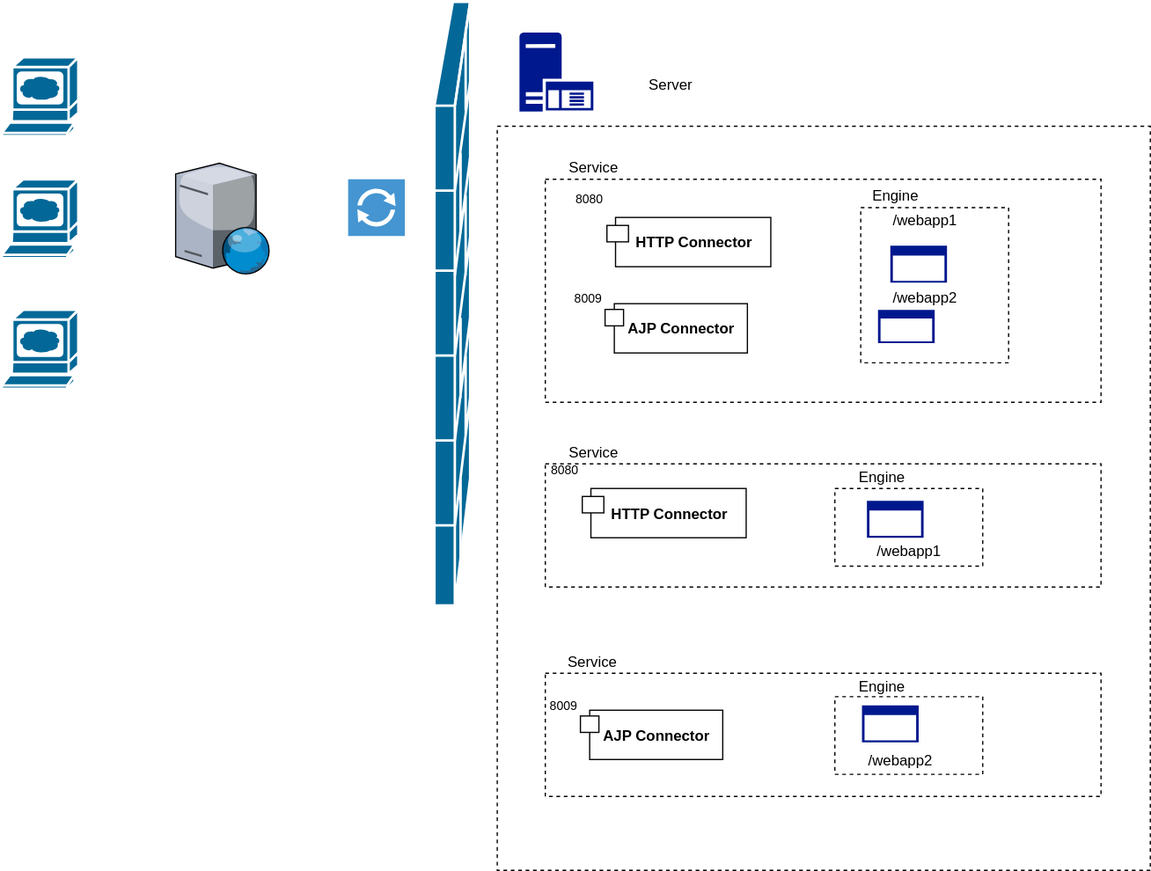
Above: tomcat connectors.svg in krisrad/graphics-tomcat (draw.io), before the change. Source tidied: cells renumbered, new cells last; positions are measured from the earlier drawing's top-left corner, leaving out a move shared by most shapes.
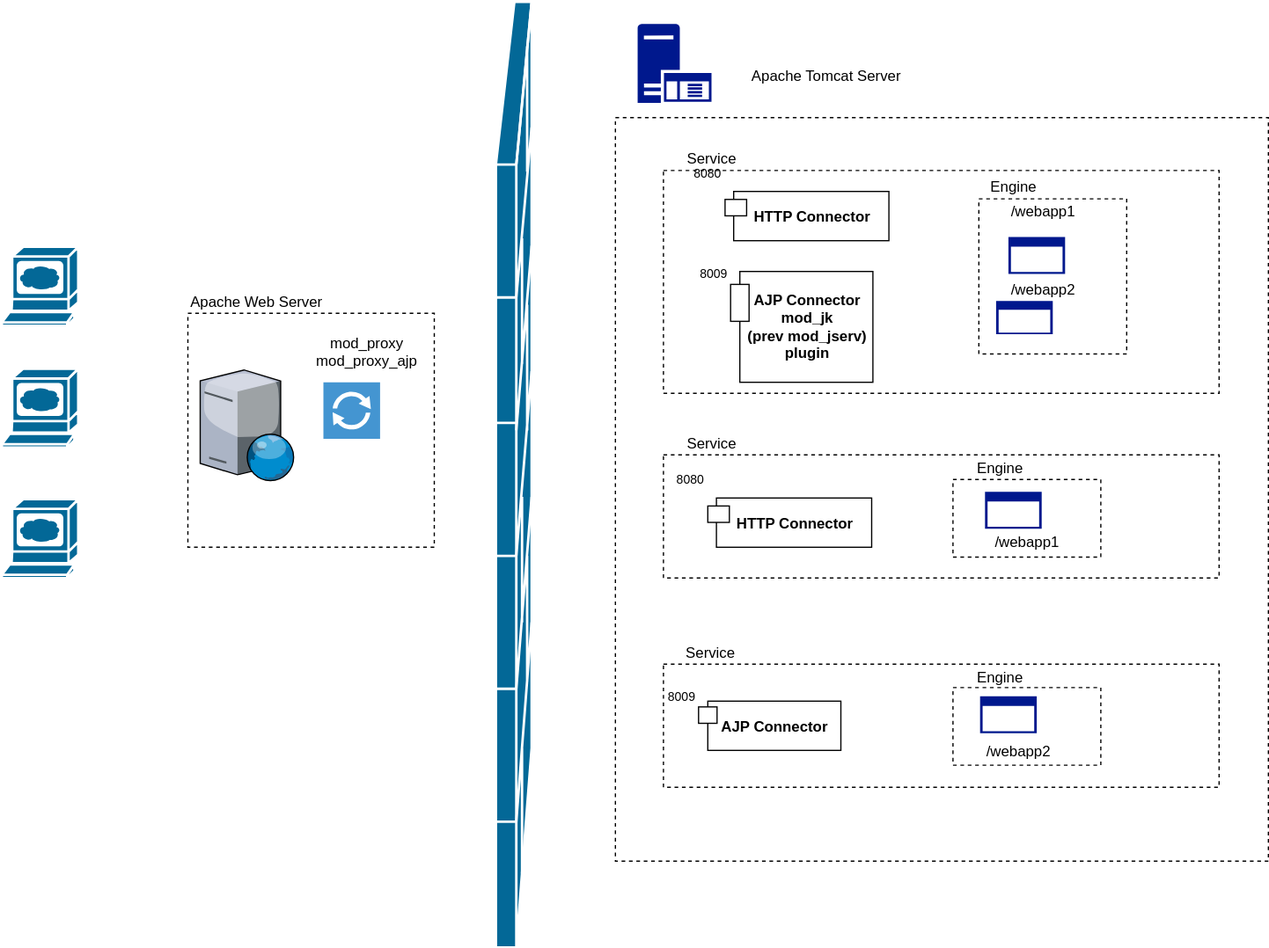
After the change.

Change to the diagram source:
```diff
@@ -18,40 +18,40 @@
       <mxGeometry x="697" y="167" width="120" height="126" as="geometry" />
     </mxCell>
     <mxCell id="7" style="verticalLabelPosition=bottom;html=1;verticalAlign=top;strokeColor=none;shape=mxgraph.citrix.web_server;" parent="1" vertex="1">
-      <mxGeometry x="141" y="131" width="76.5" height="90" as="geometry" />
+      <mxGeometry x="65" y="306" width="76.5" height="90" as="geometry" />
     </mxCell>
     <mxCell id="8" style="shadow=0;dashed=0;html=1;strokeColor=none;shape=mxgraph.mscae.enterprise.application_server;fillColor=#00188D;" parent="1" vertex="1">
       <mxGeometry x="420" y="25" width="60" height="64" as="geometry" />
     </mxCell>
     <mxCell id="9" style="shadow=0;dashed=0;html=1;strokeColor=none;fillColor=#4495D1;labelPosition=center;verticalLabelPosition=bottom;verticalAlign=top;shape=mxgraph.veeam.2d.proxy;" parent="1" vertex="1">
-      <mxGeometry x="281" y="144" width="46" height="46" as="geometry" />
+      <mxGeometry x="165" y="316" width="46" height="46" as="geometry" />
     </mxCell>
     <mxCell id="10" style="shape=mxgraph.cisco.security.firewall;html=1;dashed=0;fillColor=#036897;strokeColor=#ffffff;strokeWidth=2;verticalLabelPosition=bottom;verticalAlign=top;" parent="1" vertex="1">
-      <mxGeometry x="351" width="29" height="490" as="geometry" />
+      <mxGeometry x="305" y="7" width="29" height="768" as="geometry" />
     </mxCell>
     <mxCell id="11" style="shape=mxgraph.cisco.computers_and_peripherals.web_browser;html=1;dashed=0;fillColor=#036897;strokeColor=#ffffff;strokeWidth=2;verticalLabelPosition=bottom;verticalAlign=top;" parent="1" vertex="1">
-      <mxGeometry y="45" width="62" height="64" as="geometry" />
+      <mxGeometry x="-96" y="206" width="62" height="64" as="geometry" />
     </mxCell>
     <mxCell id="12" style="shape=mxgraph.cisco.computers_and_peripherals.web_browser;html=1;dashed=0;fillColor=#036897;strokeColor=#ffffff;strokeWidth=2;verticalLabelPosition=bottom;verticalAlign=top;" parent="1" vertex="1">
-      <mxGeometry y="144" width="62" height="64" as="geometry" />
+      <mxGeometry x="-96" y="305" width="62" height="64" as="geometry" />
     </mxCell>
     <mxCell id="13" style="shape=mxgraph.cisco.computers_and_peripherals.web_browser;html=1;dashed=0;fillColor=#036897;strokeColor=#ffffff;strokeWidth=2;verticalLabelPosition=bottom;verticalAlign=top;" parent="1" vertex="1">
-      <mxGeometry y="250" width="62" height="64" as="geometry" />
+      <mxGeometry x="-96" y="411" width="62" height="64" as="geometry" />
     </mxCell>
     <mxCell id="14" value="HTTP Connector" style="html=1;shape=mxgraph.sysml.port1;fontStyle=1;whiteSpace=wrap;align=center;direction=east;" parent="1" vertex="1">
-      <mxGeometry x="491" y="175" width="140" height="40" as="geometry" />
+      <mxGeometry x="491" y="161" width="140" height="40" as="geometry" />
     </mxCell>
     <mxCell id="15" value="8080&lt;br&gt;&lt;br&gt;" style="shape=rect;html=1;align=right;verticalAlign=bottom;labelPosition=left;verticalLabelPosition=top;labelBackgroundColor=none;fontSize=10;" parent="14" vertex="1">
       <mxGeometry y="6.5" width="17.5" height="13.3" as="geometry" />
     </mxCell>
-    <mxCell id="16" value="AJP Connector" style="html=1;shape=mxgraph.sysml.port1;fontStyle=1;whiteSpace=wrap;align=center;direction=east;" parent="1" vertex="1">
-      <mxGeometry x="491" y="245" width="120" height="40" as="geometry" />
+    <mxCell id="16" value="AJP Connector&lt;div&gt;mod_jk&lt;/div&gt;&lt;div&gt;(prev mod_jserv)&lt;/div&gt;&lt;div&gt;plugin&lt;/div&gt;" style="html=1;shape=mxgraph.sysml.port1;fontStyle=1;whiteSpace=wrap;align=center;direction=east;" parent="1" vertex="1">
+      <mxGeometry x="497" y="226" width="120" height="90" as="geometry" />
     </mxCell>
     <mxCell id="17" value="8009" style="shape=rect;html=1;align=right;verticalAlign=bottom;labelPosition=left;verticalLabelPosition=top;labelBackgroundColor=none;fontSize=10;" parent="16" vertex="1">
-      <mxGeometry x="-1.5" y="4.7" width="15" height="13.3" as="geometry" />
+      <mxGeometry x="-1.5" y="10.5" width="15" height="30" as="geometry" />
     </mxCell>
-    <mxCell id="18" value="Server" style="text;html=1;strokeColor=none;fillColor=none;align=center;verticalAlign=middle;whiteSpace=wrap;dashed=1;" parent="1" vertex="1">
-      <mxGeometry x="505" y="57" width="76" height="20" as="geometry" />
+    <mxCell id="18" value="Apache Tomcat Server" style="text;html=1;strokeColor=none;fillColor=none;align=center;verticalAlign=middle;whiteSpace=wrap;dashed=1;" parent="1" vertex="1">
+      <mxGeometry x="505" y="57" width="136" height="20" as="geometry" />
     </mxCell>
     <mxCell id="19" value="Service" style="text;html=1;strokeColor=none;fillColor=none;align=center;verticalAlign=middle;whiteSpace=wrap;dashed=1;" parent="1" vertex="1">
       <mxGeometry x="442" y="124" width="76" height="20" as="geometry" />
@@ -72,7 +72,7 @@
       <mxGeometry x="711" y="250" width="46" height="27" as="geometry" />
     </mxCell>
     <mxCell id="25" value="HTTP Connector" style="html=1;shape=mxgraph.sysml.port1;fontStyle=1;whiteSpace=wrap;align=center;direction=east;" parent="1" vertex="1">
-      <mxGeometry x="471" y="395" width="140" height="40" as="geometry" />
+      <mxGeometry x="477" y="410" width="140" height="40" as="geometry" />
     </mxCell>
     <mxCell id="26" value="8080&lt;br&gt;&lt;br&gt;" style="shape=rect;html=1;align=right;verticalAlign=bottom;labelPosition=left;verticalLabelPosition=top;labelBackgroundColor=none;fontSize=10;" parent="25" vertex="1">
       <mxGeometry y="6.5" width="17.5" height="13.3" as="geometry" />
@@ -116,5 +116,14 @@
     <mxCell id="39" value="Service" style="text;html=1;strokeColor=none;fillColor=none;align=center;verticalAlign=middle;whiteSpace=wrap;dashed=1;" parent="1" vertex="1">
       <mxGeometry x="441" y="525" width="76" height="20" as="geometry" />
     </mxCell>
+    <mxCell id="40" value="mod_proxy&lt;div&gt;mod_proxy_ajp&lt;/div&gt;" style="text;html=1;strokeColor=none;fillColor=none;align=center;verticalAlign=middle;whiteSpace=wrap;dashed=1;" parent="1" vertex="1">
+      <mxGeometry x="155" y="267" width="90" height="49" as="geometry" />
+    </mxCell>
+    <mxCell id="41" style="rounded=0;whiteSpace=wrap;html=1;fillColor=none;dashed=1;" parent="1" vertex="1">
+      <mxGeometry x="55" y="260" width="200" height="190" as="geometry" />
+    </mxCell>
+    <mxCell id="42" value="Apache Web Server" style="text;html=1;strokeColor=none;fillColor=none;align=center;verticalAlign=middle;whiteSpace=wrap;dashed=1;" parent="1" vertex="1">
+      <mxGeometry x="55" y="240" width="110" height="20" as="geometry" />
+    </mxCell>
   </root>
 </mxGraphModel>
```
